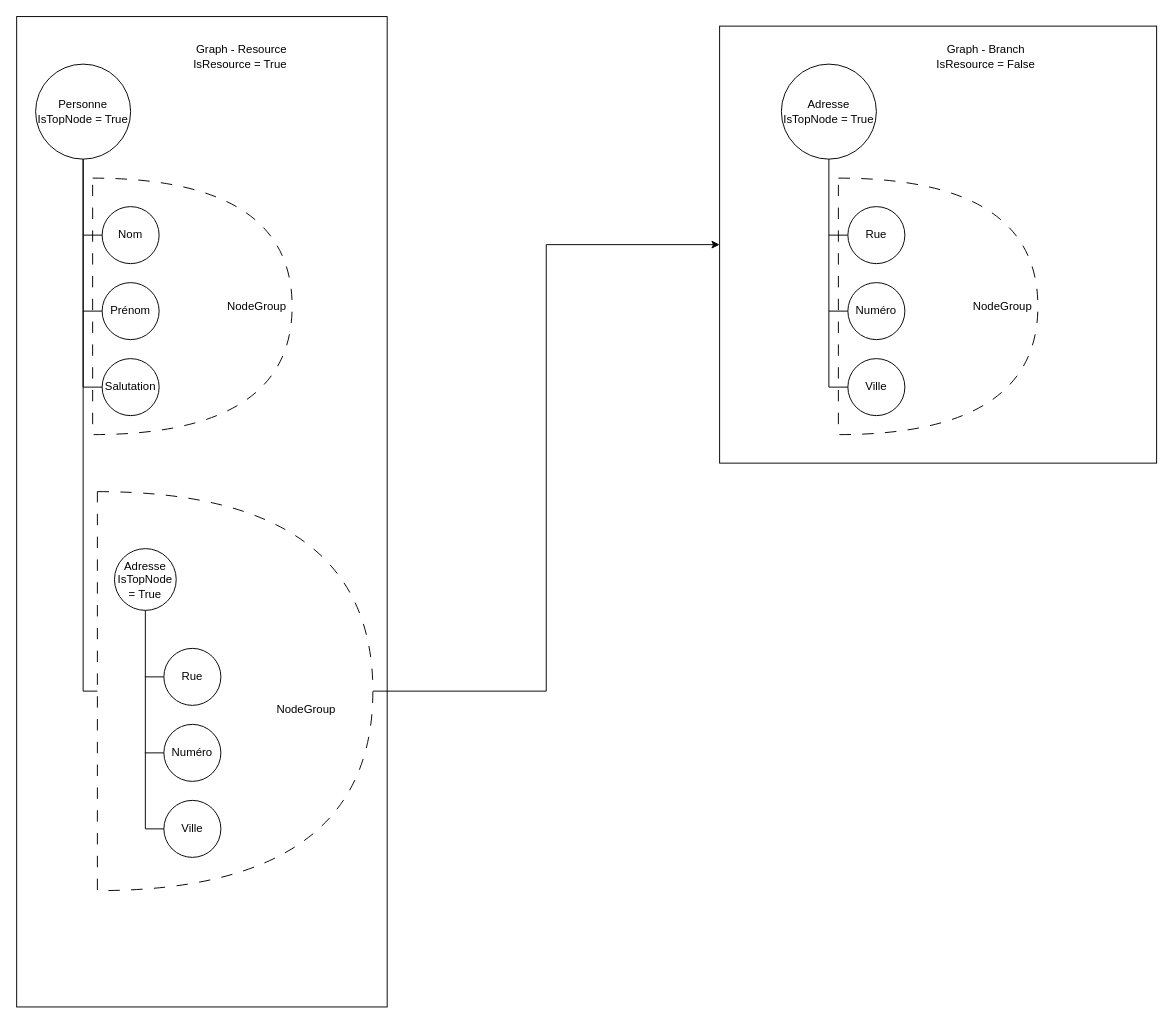
This is Arches_Graphs_Nodes.drawio from thalleslimasys/Draws, a draw.io file, before an edit. Source tidied: cells renumbered, new cells numbered last; positions are measured from the earlier drawing's top-left corner, leaving out a move shared by most shapes. Both pictures are drawn from the tidied source at 95%, with x=0, y=0 at pixel (-294, 26).
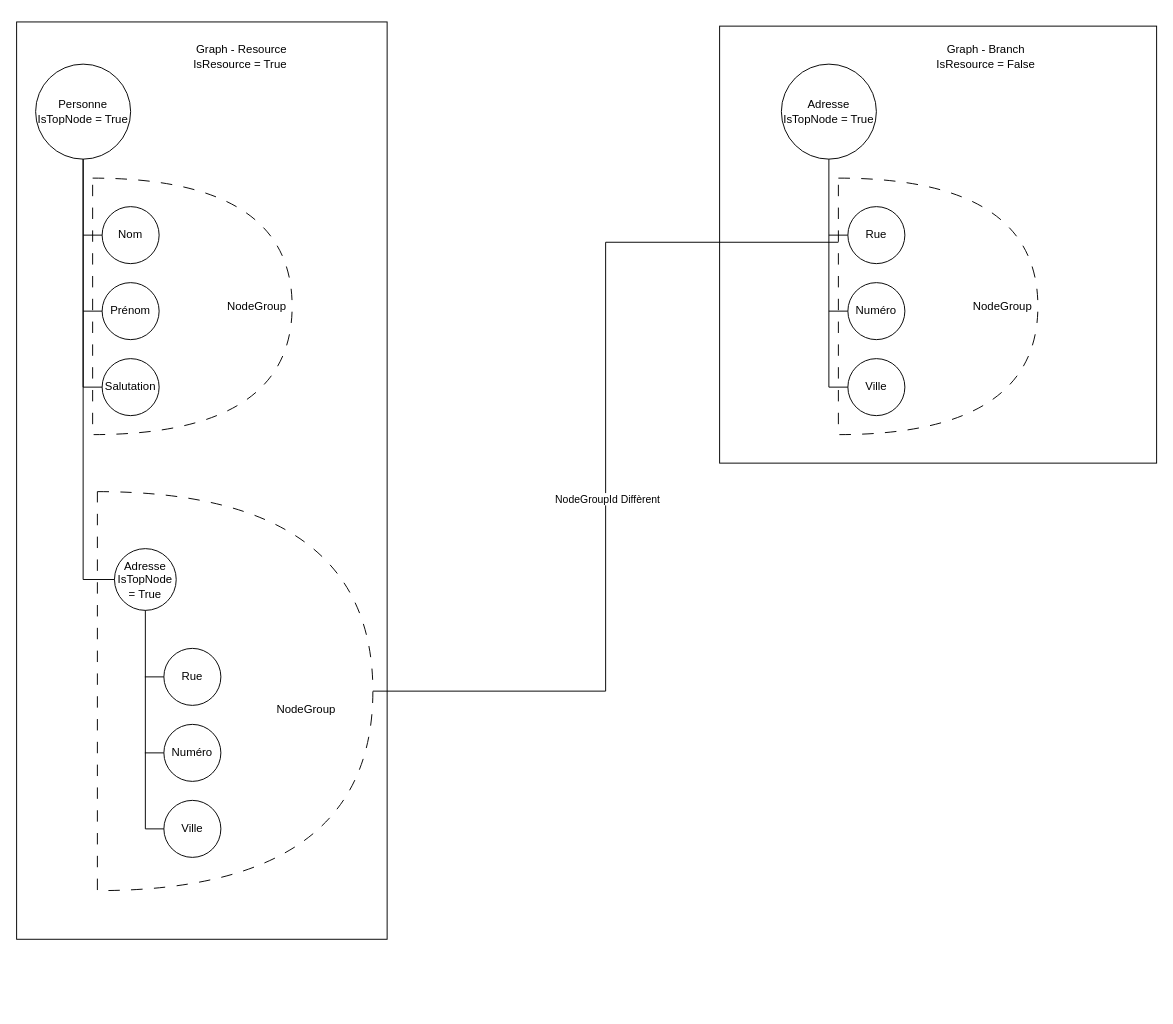
The same page after the edit.

The change refers to these unchanged cells:
```xml
<mxCell id="3" style="whiteSpace=wrap;html=1;fillColor=none;" parent="1" vertex="1">
  <mxGeometry x="1066" width="460" height="460" as="geometry" />
</mxCell>
<mxCell id="4" style="shape=or;whiteSpace=wrap;html=1;dashed=1;dashPattern=12 12;" parent="1" vertex="1">
  <mxGeometry x="1191" y="160" width="210" height="270" as="geometry" />
</mxCell>
<mxCell id="18" value="Personne&lt;div&gt;IsTopNode = True&lt;/div&gt;" style="ellipse;whiteSpace=wrap;html=1;" parent="1" vertex="1">
  <mxGeometry x="346" y="40" width="100" height="100" as="geometry" />
</mxCell>
<mxCell id="27" style="shape=or;whiteSpace=wrap;html=1;dashed=1;dashPattern=12 12;" parent="1" vertex="1">
  <mxGeometry x="411" y="490" width="290" height="420" as="geometry" />
</mxCell>
<mxCell id="28" value="Adresse&lt;div&gt;IsTopNode = True&lt;/div&gt;" style="ellipse;whiteSpace=wrap;html=1;" parent="1" vertex="1">
  <mxGeometry x="429" y="550" width="65" height="65" as="geometry" />
</mxCell>
```

Change to the diagram source:
```diff
@@
     <mxCell id="2" style="rounded=0;whiteSpace=wrap;html=1;rotation=90;fillColor=none;" parent="1" vertex="1">
-      <mxGeometry x="-0.2" y="316.2" width="1042.5" height="390" as="geometry" />
+      <mxGeometry x="38.2" y="283.4" width="965.6" height="390" as="geometry" />
     </mxCell>
@@
-    <mxCell id="26" style="edgeStyle=orthogonalEdgeStyle;rounded=0;jettySize=auto;html=1;exitX=1;exitY=0.5;exitDx=0;exitDy=0;exitPerimeter=0;entryX=0;entryY=0.5;entryDx=0;entryDy=0;" parent="1" edge="1" source="27" target="3">
-      <mxGeometry relative="1" as="geometry" />
-    </mxCell>
@@
-    <mxCell id="36" style="edgeStyle=orthogonalEdgeStyle;rounded=0;jettySize=auto;html=1;entryX=0;entryY=0.5;entryDx=0;entryDy=0;entryPerimeter=0;endArrow=none;endFill=0;" parent="1" edge="1" source="18" target="27">
-      <mxGeometry relative="1" as="geometry">
-        <Array as="points">
-          <mxPoint x="396" y="700" />
-        </Array>
-      </mxGeometry>
-    </mxCell>
+    <mxCell id="37" style="edgeStyle=orthogonalEdgeStyle;rounded=0;jettySize=auto;html=1;entryX=0;entryY=0.5;entryDx=0;entryDy=0;endArrow=none;endFill=0;" parent="1" edge="1" source="18" target="28">
+      <mxGeometry relative="1" as="geometry" />
+    </mxCell>
+    <mxCell id="38" style="edgeStyle=orthogonalEdgeStyle;rounded=0;jettySize=auto;html=1;entryX=0;entryY=0.25;entryDx=0;entryDy=0;entryPerimeter=0;endArrow=none;endFill=0;" parent="1" edge="1" source="27" target="4">
+      <mxGeometry relative="1" as="geometry" />
+    </mxCell>
+    <mxCell id="39" value="NodeGroupId Diffèrent" style="edgeLabel;html=1;align=center;verticalAlign=middle;" parent="38" vertex="1">
+      <mxGeometry x="-0.07" y="-1" relative="1" as="geometry" />
+    </mxCell>
```
